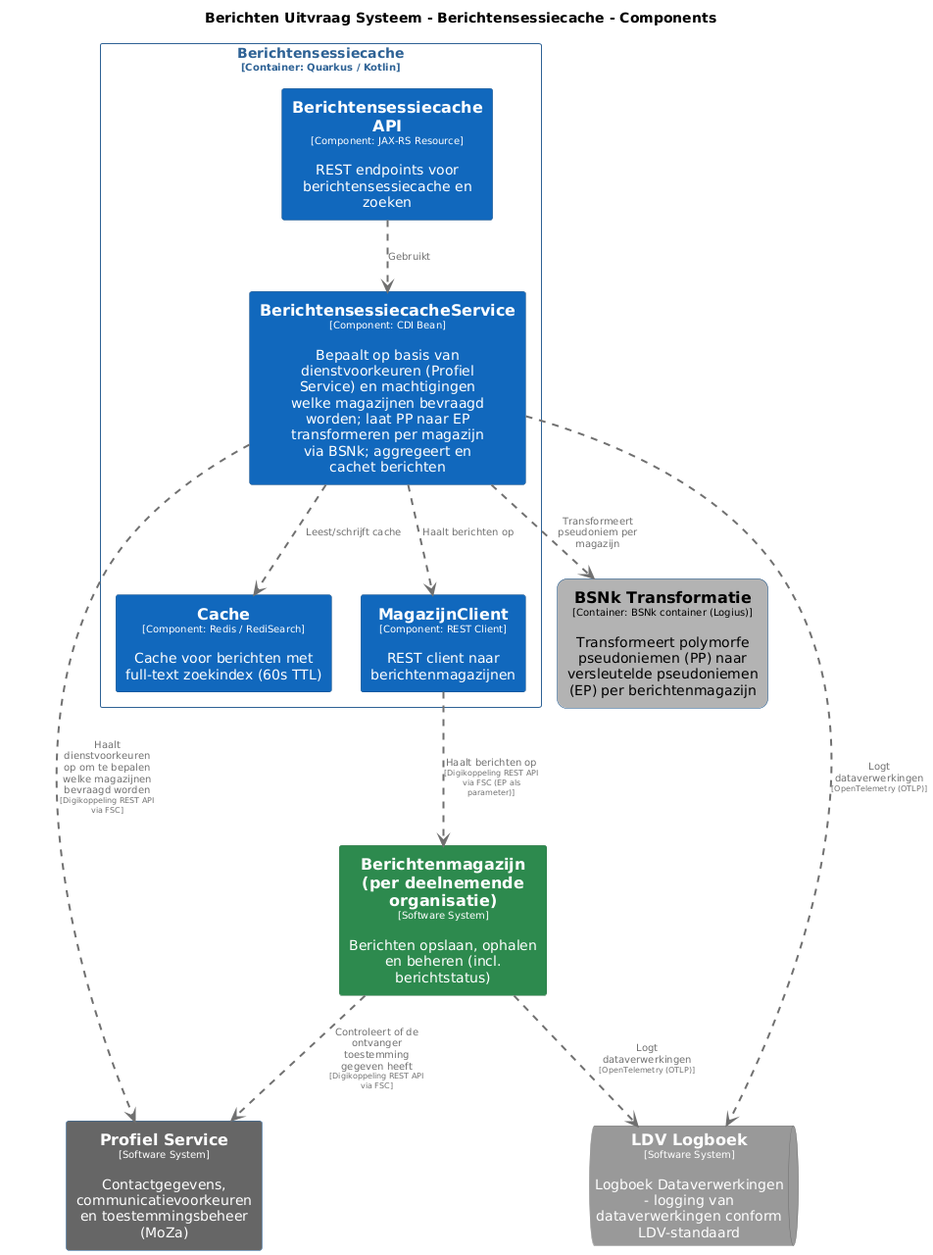
The PlantUML diagram pr-preview/pr-22/master/png/BerichtensessiecacheComponenten.png in MinBZK/moza-poc-fbs-berichtenbox, before a commit.
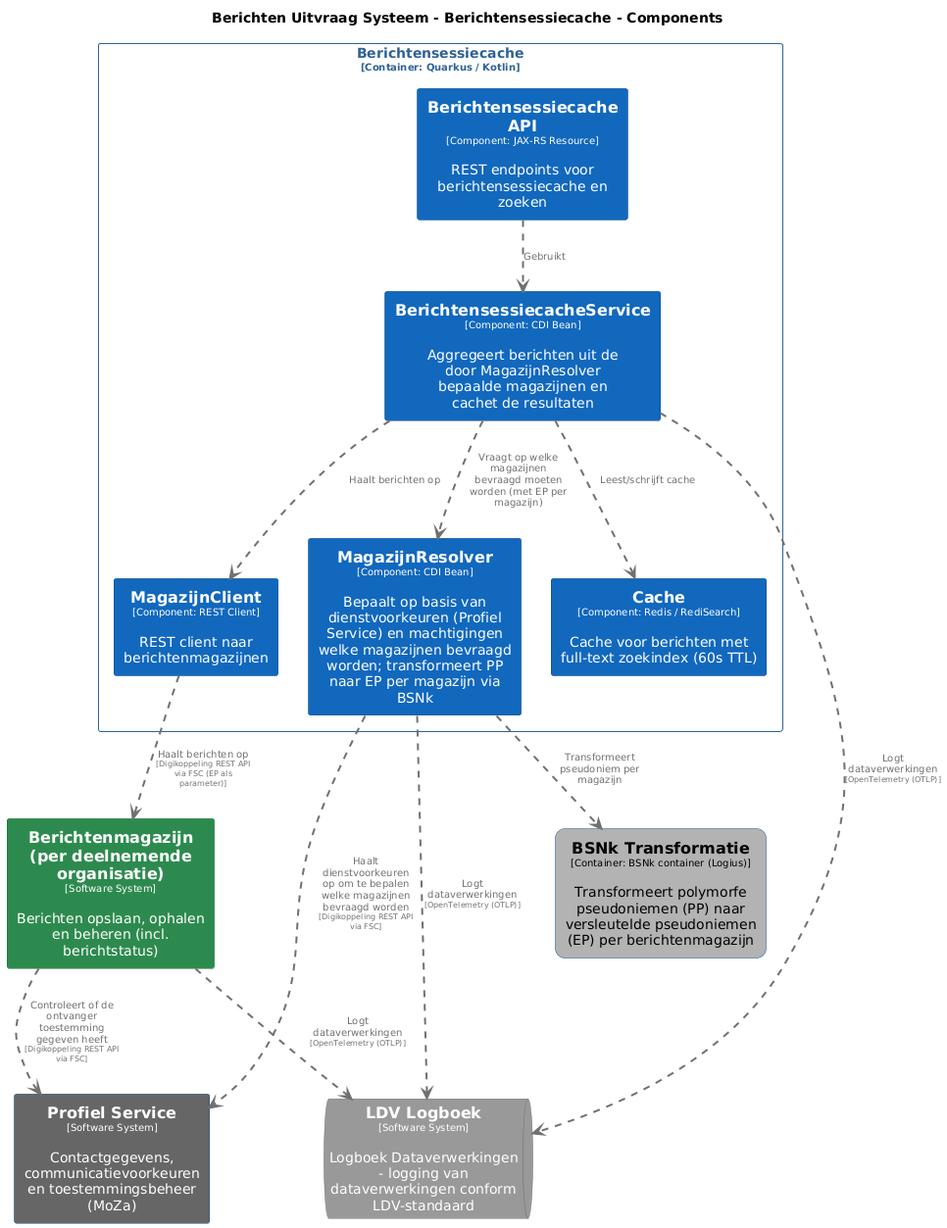
The same diagram one commit later.

What changed in the source:
```diff
@@ -58,6 +58,12 @@
   BorderColor #0b4884
   shadowing false
 }
+skinparam rectangle<<BerichtenUitvraagSysteem.Berichtensessiecache.MagazijnResolver>> {
+  BackgroundColor #1168bd
+  FontColor #ffffff
+  BorderColor #0b4884
+  shadowing false
+}
 skinparam rectangle<<ProfielService>> {
   BackgroundColor #666666
   FontColor #ffffff
@@ -77,18 +83,21 @@
 
 rectangle "Berichtensessiecache\n<size:10>[Container: Quarkus / Kotlin]</size>" <<BerichtenUitvraagSysteem.Berichtensessiecache>> {
   rectangle "==Berichtensessiecache API\n<size:10>[Component: JAX-RS Resource]</size>\n\nREST endpoints voor berichtensessiecache en zoeken" <<BerichtenUitvraagSysteem.Berichtensessiecache.BerichtensessiecacheAPI>> as BerichtenUitvraagSysteem.Berichtensessiecache.BerichtensessiecacheAPI
-  rectangle "==BerichtensessiecacheService\n<size:10>[Component: CDI Bean]</size>\n\nBepaalt op basis van dienstvoorkeuren (Profiel Service) en machtigingen welke magazijnen bevraagd worden; laat PP naar EP transformeren per magazijn via BSNk; aggregeert en cachet berichten" <<BerichtenUitvraagSysteem.Berichtensessiecache.BerichtensessiecacheService>> as BerichtenUitvraagSysteem.Berichtensessiecache.BerichtensessiecacheService
+  rectangle "==MagazijnResolver\n<size:10>[Component: CDI Bean]</size>\n\nBepaalt op basis van dienstvoorkeuren (Profiel Service) en machtigingen welke magazijnen bevraagd worden; transformeert PP naar EP per magazijn via BSNk" <<BerichtenUitvraagSysteem.Berichtensessiecache.MagazijnResolver>> as BerichtenUitvraagSysteem.Berichtensessiecache.MagazijnResolver
+  rectangle "==BerichtensessiecacheService\n<size:10>[Component: CDI Bean]</size>\n\nAggregeert berichten uit de door MagazijnResolver bepaalde magazijnen en cachet de resultaten" <<BerichtenUitvraagSysteem.Berichtensessiecache.BerichtensessiecacheService>> as BerichtenUitvraagSysteem.Berichtensessiecache.BerichtensessiecacheService
   rectangle "==Cache\n<size:10>[Component: Redis / RediSearch]</size>\n\nCache voor berichten met full-text zoekindex (60s TTL)" <<BerichtenUitvraagSysteem.Berichtensessiecache.Cache>> as BerichtenUitvraagSysteem.Berichtensessiecache.Cache
   rectangle "==MagazijnClient\n<size:10>[Component: REST Client]</size>\n\nREST client naar berichtenmagazijnen" <<BerichtenUitvraagSysteem.Berichtensessiecache.MagazijnClient>> as BerichtenUitvraagSysteem.Berichtensessiecache.MagazijnClient
 }
 
+BerichtenUitvraagSysteem.Berichtensessiecache.MagazijnResolver .[#707070,thickness=2].> ProfielService : "<color:#707070>Haalt dienstvoorkeuren op om te bepalen welke magazijnen bevraagd worden\n<color:#707070><size:8>[Digikoppeling REST API via FSC]</size>"
 BerichtenUitvraagSysteem.Berichtensessiecache.MagazijnClient .[#707070,thickness=2].> Berichtenmagazijnperdeelnemendeorganisatie : "<color:#707070>Haalt berichten op\n<color:#707070><size:8>[Digikoppeling REST API via FSC (EP als parameter)]</size>"
 Berichtenmagazijnperdeelnemendeorganisatie .[#707070,thickness=2].> LDVLogboek : "<color:#707070>Logt dataverwerkingen\n<color:#707070><size:8>[OpenTelemetry (OTLP)]</size>"
 BerichtenUitvraagSysteem.Berichtensessiecache.BerichtensessiecacheService .[#707070,thickness=2].> LDVLogboek : "<color:#707070>Logt dataverwerkingen\n<color:#707070><size:8>[OpenTelemetry (OTLP)]</size>"
+BerichtenUitvraagSysteem.Berichtensessiecache.MagazijnResolver .[#707070,thickness=2].> LDVLogboek : "<color:#707070>Logt dataverwerkingen\n<color:#707070><size:8>[OpenTelemetry (OTLP)]</size>"
 BerichtenUitvraagSysteem.Berichtensessiecache.BerichtensessiecacheAPI .[#707070,thickness=2].> BerichtenUitvraagSysteem.Berichtensessiecache.BerichtensessiecacheService : "<color:#707070>Gebruikt"
+BerichtenUitvraagSysteem.Berichtensessiecache.BerichtensessiecacheService .[#707070,thickness=2].> BerichtenUitvraagSysteem.Berichtensessiecache.MagazijnResolver : "<color:#707070>Vraagt op welke magazijnen bevraagd moeten worden (met EP per magazijn)"
 BerichtenUitvraagSysteem.Berichtensessiecache.BerichtensessiecacheService .[#707070,thickness=2].> BerichtenUitvraagSysteem.Berichtensessiecache.Cache : "<color:#707070>Leest/schrijft cache"
 BerichtenUitvraagSysteem.Berichtensessiecache.BerichtensessiecacheService .[#707070,thickness=2].> BerichtenUitvraagSysteem.Berichtensessiecache.MagazijnClient : "<color:#707070>Haalt berichten op"
-BerichtenUitvraagSysteem.Berichtensessiecache.BerichtensessiecacheService .[#707070,thickness=2].> BerichtenUitvraagSysteem.BSNkTransformatie : "<color:#707070>Transformeert pseudoniem per magazijn"
+BerichtenUitvraagSysteem.Berichtensessiecache.MagazijnResolver .[#707070,thickness=2].> BerichtenUitvraagSysteem.BSNkTransformatie : "<color:#707070>Transformeert pseudoniem per magazijn"
 Berichtenmagazijnperdeelnemendeorganisatie .[#707070,thickness=2].> ProfielService : "<color:#707070>Controleert of de ontvanger toestemming gegeven heeft\n<color:#707070><size:8>[Digikoppeling REST API via FSC]</size>"
-BerichtenUitvraagSysteem.Berichtensessiecache.BerichtensessiecacheService .[#707070,thickness=2].> ProfielService : "<color:#707070>Haalt dienstvoorkeuren op om te bepalen welke magazijnen bevraagd worden\n<color:#707070><size:8>[Digikoppeling REST API via FSC]</size>"
 @enduml
```
